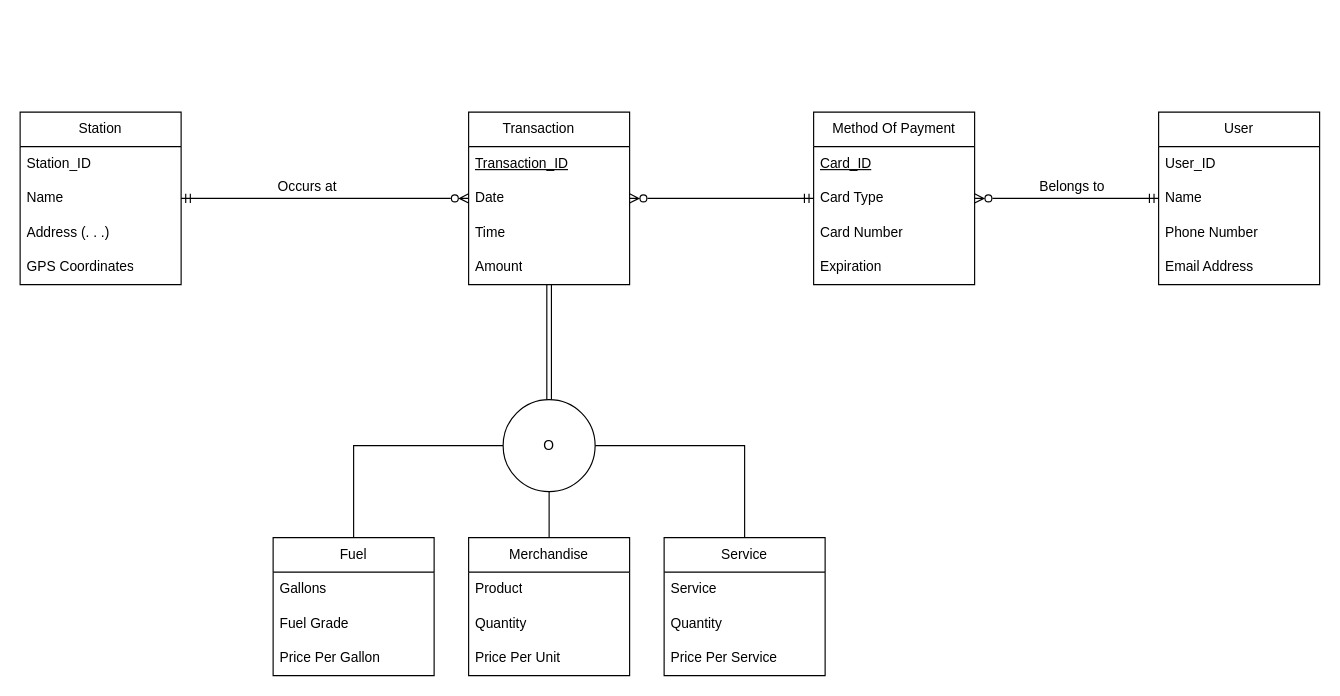
This is CIDM3350_Project.drawio from ngimpWT/CIDM3350, a draw.io file, before an edit. Source tidied: cells renumbered, new cells numbered last; positions are measured from the earlier drawing's top-left corner, leaving out a move shared by most shapes. Both pictures are drawn from the tidied source at 115%, with x=0, y=0 at pixel (20, 112).
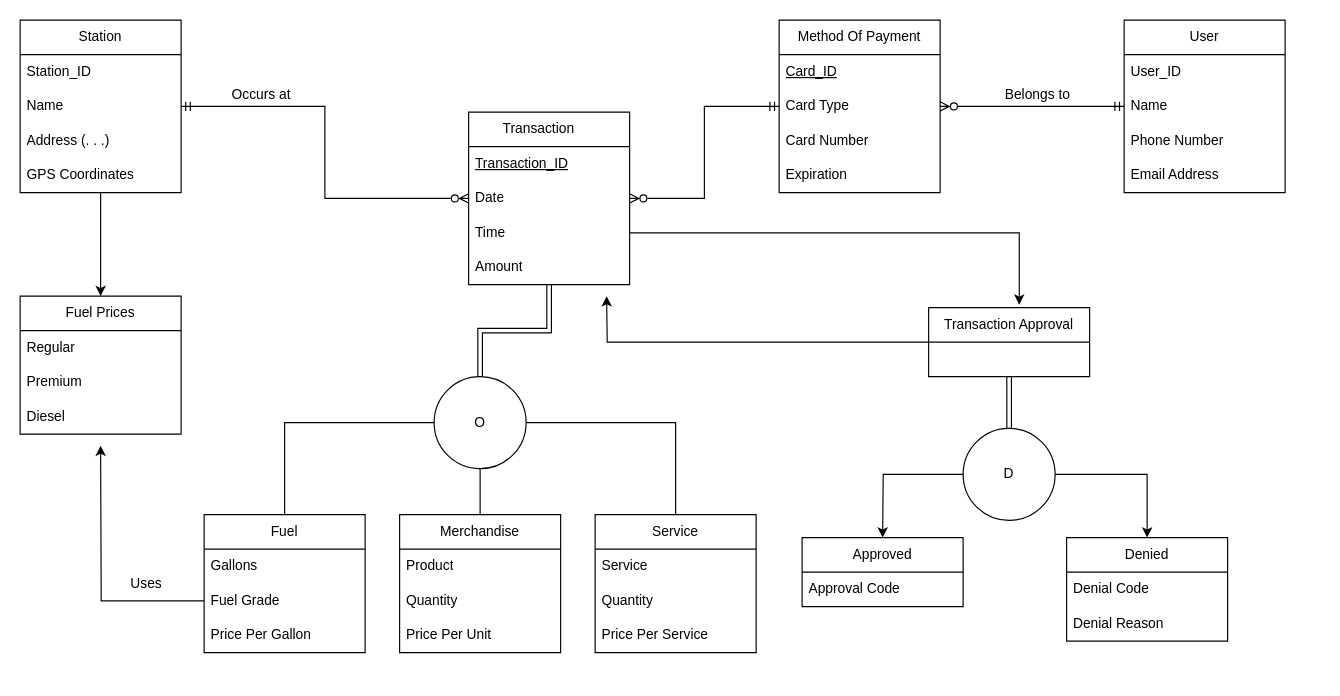
The same diagram, later.

The change refers to these unchanged cells:
```xml
<mxCell id="7" value="Time" style="text;strokeColor=none;fillColor=none;align=left;verticalAlign=middle;spacingLeft=4;spacingRight=4;overflow=hidden;points=[[0,0.5],[1,0.5]];portConstraint=eastwest;whiteSpace=wrap;html=1;" parent="4" vertex="1">
  <mxGeometry y="90" width="140" height="30" as="geometry" />
</mxCell>
<mxCell id="19" value="Fuel Grade" style="text;strokeColor=none;fillColor=none;align=left;verticalAlign=middle;spacingLeft=4;spacingRight=4;overflow=hidden;points=[[0,0.5],[1,0.5]];portConstraint=eastwest;whiteSpace=wrap;html=1;" parent="17" vertex="1">
  <mxGeometry y="60" width="140" height="30" as="geometry" />
</mxCell>
```

The edit, as a diff of the source:
```diff
@@
     <mxCell id="12" value="O" style="ellipse;whiteSpace=wrap;html=1;" parent="1" vertex="1">
-      <mxGeometry x="420" y="250" width="80" height="80" as="geometry" />
+      <mxGeometry x="360" y="230" width="80" height="80" as="geometry" />
     </mxCell>
     <mxCell id="13" value="Merchandise" style="swimlane;fontStyle=0;horizontal=1;startSize=30;whiteSpace=wrap;html=1;" parent="1" vertex="1">
-      <mxGeometry x="390" y="370" width="140" height="120" as="geometry" />
+      <mxGeometry x="330" y="350" width="140" height="120" as="geometry" />
     </mxCell>
@@
     <mxCell id="17" value="Fuel" style="swimlane;fontStyle=0;horizontal=1;startSize=30;whiteSpace=wrap;html=1;" parent="1" vertex="1">
-      <mxGeometry x="220" y="370" width="140" height="120" as="geometry" />
+      <mxGeometry x="160" y="350" width="140" height="120" as="geometry" />
     </mxCell>
@@
+    <mxCell id="45" style="edgeStyle=orthogonalEdgeStyle;rounded=0;jettySize=auto;html=1;" parent="17" edge="1" source="19">
+      <mxGeometry relative="1" as="geometry">
+        <mxPoint x="-90" y="-60" as="targetPoint" />
+      </mxGeometry>
+    </mxCell>
@@
     <mxCell id="21" value="Service" style="swimlane;fontStyle=0;horizontal=1;startSize=30;whiteSpace=wrap;html=1;" parent="1" vertex="1">
-      <mxGeometry x="560" y="370" width="140" height="120" as="geometry" />
+      <mxGeometry x="500" y="350" width="140" height="120" as="geometry" />
     </mxCell>
@@
+    <mxCell id="46" style="edgeStyle=orthogonalEdgeStyle;rounded=0;jettySize=auto;html=1;entryX=0.5;entryY=0;entryDx=0;entryDy=0;" parent="1" edge="1" source="25" target="47">
+      <mxGeometry relative="1" as="geometry" />
+    </mxCell>
     <mxCell id="25" value="Station" style="swimlane;fontStyle=0;horizontal=1;startSize=30;whiteSpace=wrap;html=1;" parent="1" vertex="1">
-      <mxGeometry width="140" height="150" as="geometry" />
+      <mxGeometry y="-80" width="140" height="150" as="geometry" />
     </mxCell>
@@
     <mxCell id="30" value="User" style="swimlane;fontStyle=0;horizontal=1;startSize=30;whiteSpace=wrap;html=1;" parent="1" vertex="1">
-      <mxGeometry x="990" width="140" height="150" as="geometry" />
+      <mxGeometry x="960" y="-80" width="140" height="150" as="geometry" />
     </mxCell>
@@
     <mxCell id="35" value="Method Of Payment" style="swimlane;fontStyle=0;horizontal=1;startSize=30;whiteSpace=wrap;html=1;" parent="1" vertex="1">
-      <mxGeometry x="690" width="140" height="150" as="geometry" />
+      <mxGeometry x="660" y="-80" width="140" height="150" as="geometry" />
     </mxCell>
@@
     <mxCell id="42" value="&lt;div&gt;Belongs to&lt;/div&gt;" style="text;html=1;align=center;verticalAlign=middle;whiteSpace=wrap;rounded=0;" parent="1" vertex="1">
-      <mxGeometry x="880" y="50" width="70" height="30" as="geometry" />
+      <mxGeometry x="850" y="-30" width="70" height="30" as="geometry" />
     </mxCell>
     <mxCell id="43" value="Occurs at" style="text;html=1;align=center;verticalAlign=middle;whiteSpace=wrap;rounded=0;" parent="1" vertex="1">
-      <mxGeometry x="220" y="50" width="60" height="30" as="geometry" />
+      <mxGeometry x="180" y="-30" width="60" height="30" as="geometry" />
     </mxCell>
@@
+    <mxCell id="47" value="Fuel Prices" style="swimlane;fontStyle=0;horizontal=1;startSize=30;whiteSpace=wrap;html=1;" parent="1" vertex="1">
+      <mxGeometry y="160" width="140" height="120" as="geometry" />
+    </mxCell>
+    <mxCell id="48" value="Regular" style="text;strokeColor=none;fillColor=none;align=left;verticalAlign=middle;spacingLeft=4;spacingRight=4;overflow=hidden;whiteSpace=wrap;html=1;" parent="47" vertex="1">
+      <mxGeometry y="30" width="140" height="30" as="geometry" />
+    </mxCell>
+    <mxCell id="49" value="Premium" style="text;strokeColor=none;fillColor=none;align=left;verticalAlign=middle;spacingLeft=4;spacingRight=4;overflow=hidden;whiteSpace=wrap;html=1;" parent="47" vertex="1">
+      <mxGeometry y="60" width="140" height="30" as="geometry" />
+    </mxCell>
+    <mxCell id="50" value="Diesel" style="text;strokeColor=none;fillColor=none;align=left;verticalAlign=middle;spacingLeft=4;spacingRight=4;overflow=hidden;whiteSpace=wrap;html=1;" parent="47" vertex="1">
+      <mxGeometry y="90" width="140" height="30" as="geometry" />
+    </mxCell>
+    <mxCell id="51" value="Uses" style="text;html=1;align=center;verticalAlign=middle;whiteSpace=wrap;rounded=0;" parent="1" vertex="1">
+      <mxGeometry x="80" y="395" width="60" height="30" as="geometry" />
+    </mxCell>
+    <mxCell id="52" style="edgeStyle=orthogonalEdgeStyle;rounded=0;jettySize=auto;html=1;entryX=0.5;entryY=0;entryDx=0;entryDy=0;endArrow=none;endFill=0;shape=link;" parent="1" edge="1" source="54" target="57">
+      <mxGeometry relative="1" as="geometry" />
+    </mxCell>
+    <mxCell id="53" style="edgeStyle=orthogonalEdgeStyle;rounded=0;jettySize=auto;html=1;" parent="1" edge="1" source="54">
+      <mxGeometry relative="1" as="geometry">
+        <mxPoint x="510" y="160" as="targetPoint" />
+      </mxGeometry>
+    </mxCell>
+    <mxCell id="54" value="Transaction Approval" style="swimlane;fontStyle=0;horizontal=1;startSize=30;whiteSpace=wrap;html=1;" parent="1" vertex="1">
+      <mxGeometry x="790" y="170" width="140" height="60" as="geometry" />
+    </mxCell>
+    <mxCell id="55" style="edgeStyle=orthogonalEdgeStyle;rounded=0;jettySize=auto;html=1;entryX=0.5;entryY=0;entryDx=0;entryDy=0;" parent="1" edge="1" source="57" target="58">
+      <mxGeometry relative="1" as="geometry" />
+    </mxCell>
+    <mxCell id="56" style="edgeStyle=orthogonalEdgeStyle;rounded=0;jettySize=auto;html=1;entryX=0.5;entryY=0;entryDx=0;entryDy=0;exitX=0;exitY=0.5;exitDx=0;exitDy=0;" parent="1" edge="1" source="57">
+      <mxGeometry relative="1" as="geometry">
+        <mxPoint x="750" y="370" as="targetPoint" />
+      </mxGeometry>
+    </mxCell>
+    <mxCell id="57" value="D" style="ellipse;whiteSpace=wrap;html=1;" parent="1" vertex="1">
+      <mxGeometry x="820" y="275" width="80" height="80" as="geometry" />
+    </mxCell>
+    <mxCell id="58" value="Denied" style="swimlane;fontStyle=0;horizontal=1;startSize=30;whiteSpace=wrap;html=1;" parent="1" vertex="1">
+      <mxGeometry x="910" y="370" width="140" height="90" as="geometry" />
+    </mxCell>
+    <mxCell id="59" value="&lt;div&gt;Denial Code&lt;/div&gt;" style="text;strokeColor=none;fillColor=none;align=left;verticalAlign=middle;spacingLeft=4;spacingRight=4;overflow=hidden;whiteSpace=wrap;html=1;" parent="58" vertex="1">
+      <mxGeometry y="30" width="140" height="30" as="geometry" />
+    </mxCell>
+    <mxCell id="60" value="Denial Reason" style="text;strokeColor=none;fillColor=none;align=left;verticalAlign=middle;spacingLeft=4;spacingRight=4;overflow=hidden;whiteSpace=wrap;html=1;" parent="58" vertex="1">
+      <mxGeometry y="60" width="140" height="30" as="geometry" />
+    </mxCell>
+    <mxCell id="61" value="Approved" style="swimlane;fontStyle=0;horizontal=1;startSize=30;whiteSpace=wrap;html=1;" parent="1" vertex="1">
+      <mxGeometry x="680" y="370" width="140" height="60" as="geometry" />
+    </mxCell>
+    <mxCell id="62" value="Approval Code" style="text;strokeColor=none;fillColor=none;align=left;verticalAlign=middle;spacingLeft=4;spacingRight=4;overflow=hidden;whiteSpace=wrap;html=1;" parent="61" vertex="1">
+      <mxGeometry y="30" width="140" height="30" as="geometry" />
+    </mxCell>
+    <mxCell id="63" style="edgeStyle=orthogonalEdgeStyle;rounded=0;jettySize=auto;html=1;entryX=0.563;entryY=-0.042;entryDx=0;entryDy=0;entryPerimeter=0;" parent="1" edge="1" source="7" target="54">
+      <mxGeometry relative="1" as="geometry" />
+    </mxCell>
```
